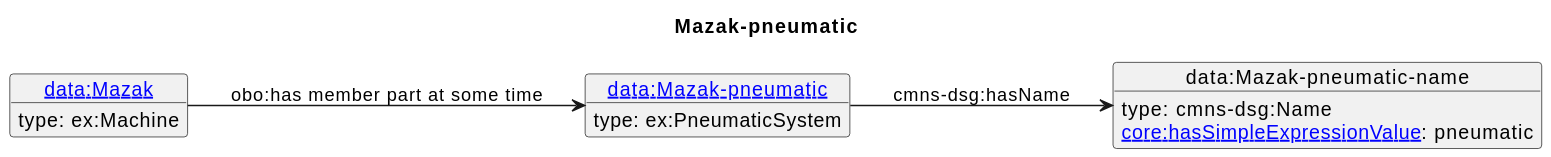
The PlantUML diagram diagrams/Mazak-pneumatic.svg in iofoundry/example-syseng-mtconnect, before a commit. Source of this version:
```plantuml
@startuml
skinparam linetype polyline
left to right direction
title Mazak-pneumatic
object "[[./Mazak-pneumatic.html data:Mazak-pneumatic]]" as o1 {
 type: ex:PneumaticSystem
}
object "data:Mazak-pneumatic-name" as o2 {
 type: cmns-dsg:Name
}
object "[[./Mazak.html data:Mazak]]" as o3 {
 type: ex:Machine
}
o1 --> o2 : cmns-dsg:hasName
o2 : [[https://spec.industrialontologies.org/ontology/core/Core/hasSimpleExpressionValue core:hasSimpleExpressionValue]]: pneumatic
o3 --> o1 : obo:has member part at some time
@enduml
```
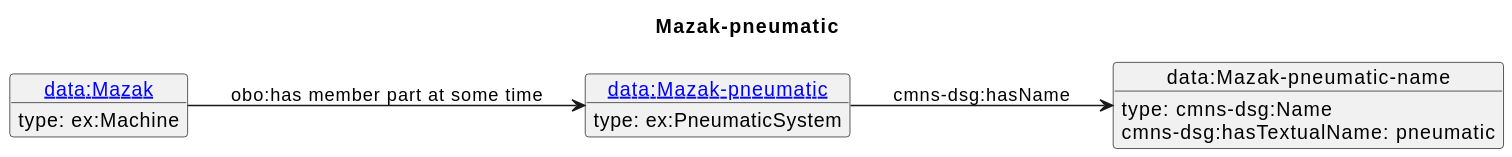
The same file after the commit.

Diff of the diagram source:
```diff
@@ -12,6 +12,6 @@
  type: ex:Machine
 }
 o1 --> o2 : cmns-dsg:hasName
-o2 : [[https://spec.industrialontologies.org/ontology/core/Core/hasSimpleExpressionValue core:hasSimpleExpressionValue]]: pneumatic
+o2 : cmns-dsg:hasTextualName: pneumatic
 o3 --> o1 : obo:has member part at some time
 @enduml
```
